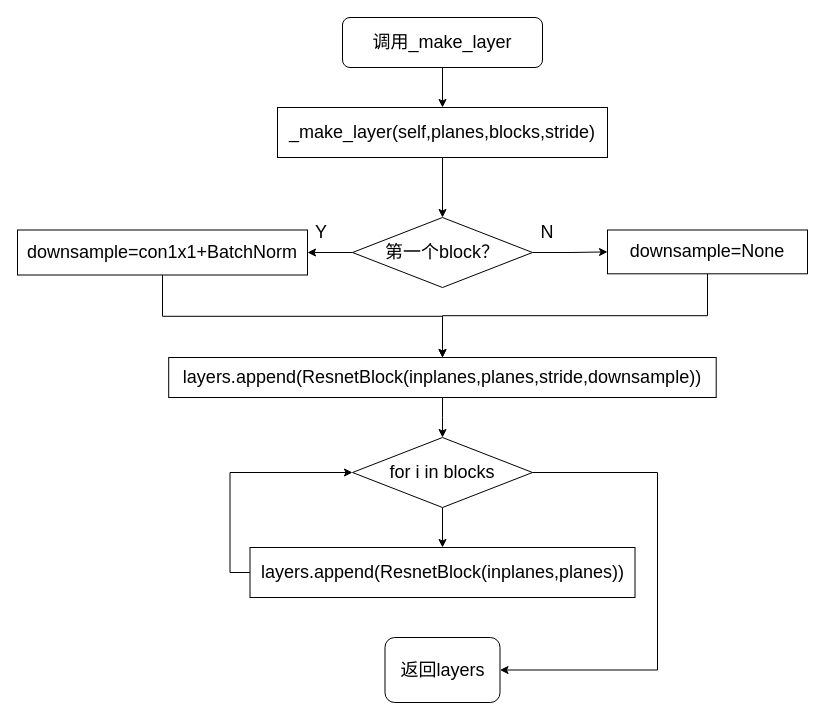
Earlier version of the draw.io diagram thesis_make_layers.drawio (Dong-J93/_pictures). Source tidied: cells renumbered, new cells numbered last; positions are measured from the earlier drawing's top-left corner, leaving out a move shared by most shapes. Both pictures are drawn from the tidied source at 100%, with x=0, y=0 at pixel (17, 17).
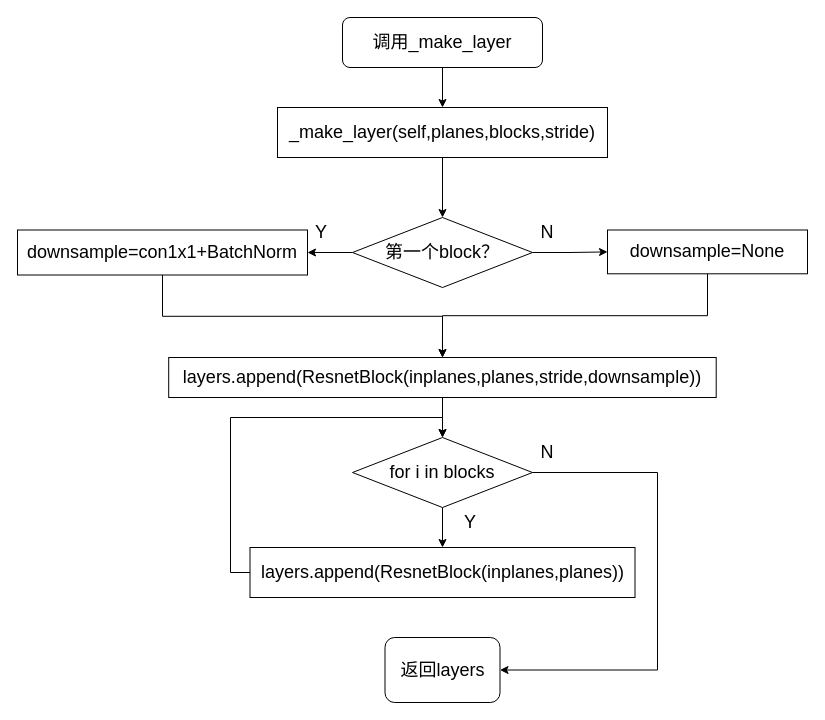
Above is the later version.

The change refers to these unchanged cells:
```xml
<mxCell id="9" value="&lt;font style=&quot;font-size: 18px;&quot;&gt;for i in blocks&lt;/font&gt;" style="rhombus;whiteSpace=wrap;html=1;" parent="1" vertex="1">
  <mxGeometry x="335" y="420" width="180" height="70" as="geometry" />
</mxCell>
<mxCell id="11" value="&lt;font style=&quot;font-size: 18px;&quot;&gt;layers.append(ResnetBlock(inplanes,planes))&lt;/font&gt;" style="rounded=0;whiteSpace=wrap;html=1;" parent="1" vertex="1">
  <mxGeometry x="232.5" y="530" width="385" height="50" as="geometry" />
</mxCell>
```

The edit, as a diff of the source:
```diff
@@
-    <mxCell id="10" style="edgeStyle=orthogonalEdgeStyle;rounded=0;jettySize=auto;html=1;exitX=0;exitY=0.5;exitDx=0;exitDy=0;entryX=0;entryY=0.5;entryDx=0;entryDy=0;" parent="1" edge="1" source="11" target="9">
-      <mxGeometry relative="1" as="geometry" />
+    <mxCell id="10" style="edgeStyle=orthogonalEdgeStyle;rounded=0;jettySize=auto;html=1;exitX=0;exitY=0.5;exitDx=0;exitDy=0;entryX=0.5;entryY=0;entryDx=0;entryDy=0;" parent="1" edge="1" source="11" target="9">
+      <mxGeometry relative="1" as="geometry">
+        <Array as="points">
+          <mxPoint x="213" y="555" />
+          <mxPoint x="213" y="400" />
+          <mxPoint x="425" y="400" />
+        </Array>
+      </mxGeometry>
     </mxCell>
@@
+    <mxCell id="23" value="&lt;font style=&quot;font-size: 18px;&quot;&gt;Y&lt;/font&gt;" style="text;html=1;strokeColor=none;fillColor=none;align=center;verticalAlign=middle;whiteSpace=wrap;rounded=0;" parent="1" vertex="1">
+      <mxGeometry x="422.5" y="490" width="60" height="30" as="geometry" />
+    </mxCell>
+    <mxCell id="24" value="&lt;font style=&quot;font-size: 18px;&quot;&gt;N&lt;/font&gt;" style="text;html=1;strokeColor=none;fillColor=none;align=center;verticalAlign=middle;whiteSpace=wrap;rounded=0;" parent="1" vertex="1">
+      <mxGeometry x="500" y="420" width="60" height="30" as="geometry" />
+    </mxCell>
```
